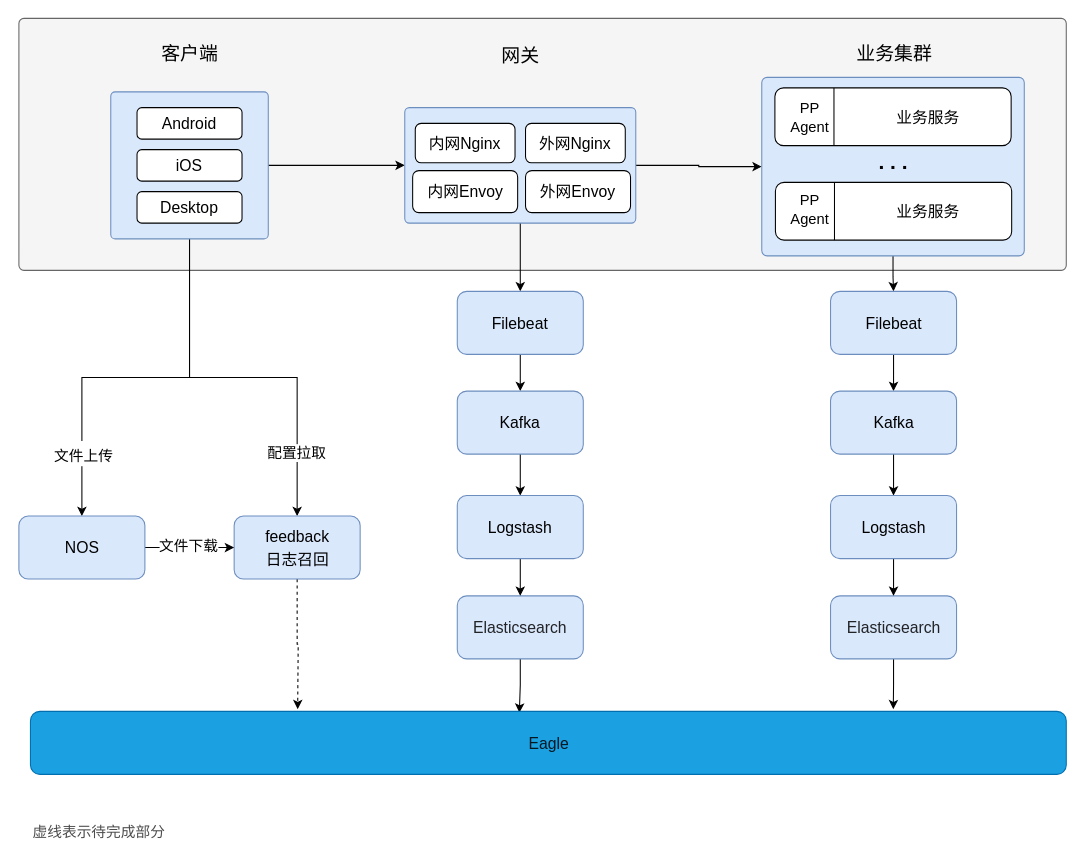
Earlier version of the draw.io diagram page "全链路日志" (3 of 11) of Untitled Diagram.drawio (maxuewen/draw.io). Source tidied: cells renumbered, new cells numbered last; positions are measured from the earlier drawing's top-left corner, leaving out a move shared by most shapes. Both pictures are drawn from the tidied source at 105%, with x=0, y=0 at pixel (18, 18).
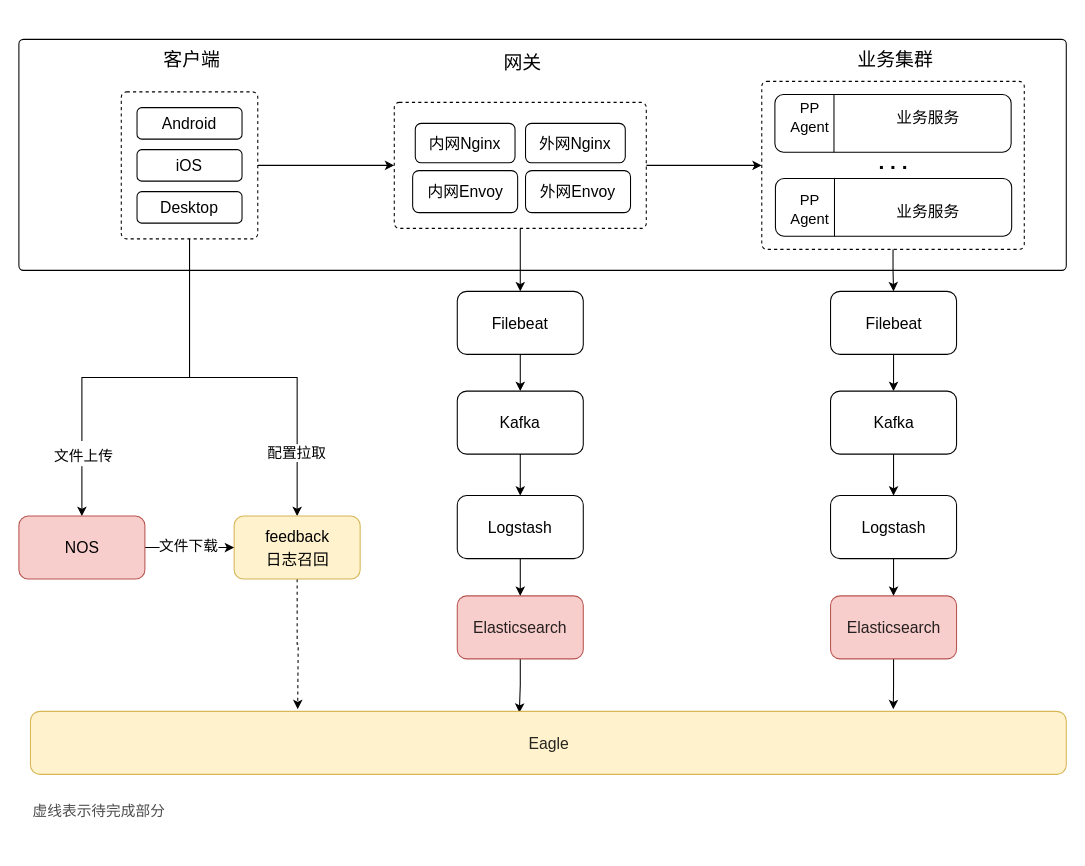
The same diagram, later.

The edit, as a diff of the source:
```diff
@@
-    <mxCell id="2" style="rounded=1;whiteSpace=wrap;html=1;fontSize=15;arcSize=2;fillColor=#f5f5f5;fontColor=#333333;strokeColor=#666666;" parent="1" vertex="1">
-      <mxGeometry x="0.5" width="997.5" height="240" as="geometry" />
+    <mxCell id="2" style="rounded=1;whiteSpace=wrap;html=1;fontSize=15;arcSize=2;" parent="1" vertex="1">
+      <mxGeometry x="0.5" y="20" width="997.5" height="220" as="geometry" />
     </mxCell>
@@
-    <mxCell id="8" style="rounded=1;whiteSpace=wrap;html=1;labelBackgroundColor=none;fontSize=15;arcSize=3;fillColor=#dae8fc;strokeColor=#6c8ebf;" parent="1" vertex="1">
-      <mxGeometry x="88" y="70" width="150" height="140" as="geometry" />
+    <mxCell id="8" style="rounded=1;whiteSpace=wrap;html=1;labelBackgroundColor=none;fontSize=15;arcSize=4;dashed=1;" parent="1" vertex="1">
+      <mxGeometry x="98" y="70" width="130" height="140" as="geometry" />
     </mxCell>
@@
-    <mxCell id="11" style="rounded=1;whiteSpace=wrap;html=1;labelBackgroundColor=none;fontSize=15;arcSize=4;fillColor=#dae8fc;strokeColor=#6c8ebf;" parent="1" vertex="1">
-      <mxGeometry x="368" y="85" width="220" height="110" as="geometry" />
+    <mxCell id="11" style="rounded=1;whiteSpace=wrap;html=1;labelBackgroundColor=none;fontSize=15;arcSize=4;dashed=1;" parent="1" vertex="1">
+      <mxGeometry x="358" y="80" width="240" height="120" as="geometry" />
     </mxCell>
@@
-    <mxCell id="13" style="rounded=1;whiteSpace=wrap;html=1;labelBackgroundColor=none;fontSize=15;arcSize=3;fillColor=#dae8fc;strokeColor=#6c8ebf;" parent="1" vertex="1">
-      <mxGeometry x="708" y="56.2" width="250" height="170" as="geometry" />
+    <mxCell id="13" style="rounded=1;whiteSpace=wrap;html=1;labelBackgroundColor=none;fontSize=15;arcSize=3;dashed=1;" parent="1" vertex="1">
+      <mxGeometry x="708" y="60" width="250" height="160" as="geometry" />
     </mxCell>
@@
     <mxCell id="15" style="rounded=1;whiteSpace=wrap;html=1;" parent="1" vertex="1">
-      <mxGeometry x="720.5" y="66.2" width="225" height="55" as="geometry" />
+      <mxGeometry x="720.5" y="72.5" width="225" height="55" as="geometry" />
     </mxCell>
@@
     <mxCell id="20" value="&lt;font style=&quot;font-size: 18px;&quot;&gt;客户端&lt;/font&gt;" style="text;html=1;align=center;verticalAlign=middle;strokeColor=none;fillColor=none;fontSize=15;fontColor=#000000;" parent="1" vertex="1">
-      <mxGeometry x="123" y="13.8" width="80" height="40" as="geometry" />
+      <mxGeometry x="124.5" y="20" width="80" height="40" as="geometry" />
     </mxCell>
     <mxCell id="21" value="&lt;font style=&quot;font-size: 18px;&quot;&gt;网关&lt;/font&gt;" style="text;html=1;align=center;verticalAlign=middle;strokeColor=none;fillColor=none;fontSize=15;fontColor=#000000;" parent="1" vertex="1">
-      <mxGeometry x="448" y="16.2" width="60" height="40" as="geometry" />
+      <mxGeometry x="449.5" y="22.5" width="60" height="40" as="geometry" />
     </mxCell>
@@
-    <mxCell id="23" value="&lt;font style=&quot;font-size: 15px;&quot;&gt;feedback&lt;br&gt;日志召回&lt;br&gt;&lt;/font&gt;" style="rounded=1;whiteSpace=wrap;html=1;labelBackgroundColor=none;fontSize=18;fillColor=#dae8fc;strokeColor=#6c8ebf;" parent="1" vertex="1">
+    <mxCell id="23" value="&lt;font style=&quot;font-size: 15px;&quot;&gt;feedback&lt;br&gt;日志召回&lt;br&gt;&lt;/font&gt;" style="rounded=1;whiteSpace=wrap;html=1;labelBackgroundColor=none;fontSize=18;fillColor=#fff2cc;strokeColor=#d6b656;" parent="1" vertex="1">
       <mxGeometry x="205.5" y="474" width="120" height="60" as="geometry" />
     </mxCell>
@@
-    <mxCell id="26" value="&lt;font style=&quot;font-size: 15px;&quot;&gt;NOS&lt;/font&gt;" style="rounded=1;whiteSpace=wrap;html=1;labelBackgroundColor=none;fontSize=18;fillColor=#dae8fc;strokeColor=#6c8ebf;" parent="1" vertex="1">
+    <mxCell id="26" value="&lt;font style=&quot;font-size: 15px;&quot;&gt;NOS&lt;/font&gt;" style="rounded=1;whiteSpace=wrap;html=1;labelBackgroundColor=none;fontSize=18;fillColor=#f8cecc;strokeColor=#b85450;" parent="1" vertex="1">
       <mxGeometry x="0.5" y="474" width="120" height="60" as="geometry" />
     </mxCell>
@@
-    <mxCell id="28" value="&lt;font style=&quot;font-size: 15px;&quot;&gt;Filebeat&lt;/font&gt;" style="rounded=1;whiteSpace=wrap;html=1;labelBackgroundColor=none;fontSize=18;fillColor=#dae8fc;strokeColor=#6c8ebf;" parent="1" vertex="1">
+    <mxCell id="28" value="&lt;font style=&quot;font-size: 15px;&quot;&gt;Filebeat&lt;/font&gt;" style="rounded=1;whiteSpace=wrap;html=1;labelBackgroundColor=none;fontSize=18;" parent="1" vertex="1">
       <mxGeometry x="418" y="260" width="120" height="60" as="geometry" />
     </mxCell>
@@
-    <mxCell id="30" value="&lt;font style=&quot;font-size: 15px;&quot;&gt;Kafka&lt;/font&gt;" style="rounded=1;whiteSpace=wrap;html=1;labelBackgroundColor=none;fontSize=18;fillColor=#dae8fc;strokeColor=#6c8ebf;" parent="1" vertex="1">
+    <mxCell id="30" value="&lt;font style=&quot;font-size: 15px;&quot;&gt;Kafka&lt;/font&gt;" style="rounded=1;whiteSpace=wrap;html=1;labelBackgroundColor=none;fontSize=18;" parent="1" vertex="1">
       <mxGeometry x="418" y="355" width="120" height="60" as="geometry" />
     </mxCell>
@@
-    <mxCell id="32" value="&lt;span style=&quot;color: rgba(0, 0, 0, 0.85); font-family: &amp;quot;苹方-简,sans-serif&amp;quot;; text-align: start;&quot;&gt;&lt;font style=&quot;font-size: 15px;&quot;&gt;Elasticsearch&lt;/font&gt;&lt;/span&gt;" style="rounded=1;whiteSpace=wrap;html=1;labelBackgroundColor=none;fontSize=18;verticalAlign=middle;fillColor=#dae8fc;strokeColor=#6c8ebf;" parent="1" vertex="1">
+    <mxCell id="32" value="&lt;span style=&quot;color: rgba(0, 0, 0, 0.85); font-family: &amp;quot;苹方-简,sans-serif&amp;quot;; text-align: start;&quot;&gt;&lt;font style=&quot;font-size: 15px;&quot;&gt;Elasticsearch&lt;/font&gt;&lt;/span&gt;" style="rounded=1;whiteSpace=wrap;html=1;labelBackgroundColor=none;fontSize=18;verticalAlign=middle;fillColor=#f8cecc;strokeColor=#b85450;" parent="1" vertex="1">
       <mxGeometry x="418" y="550" width="120" height="60" as="geometry" />
     </mxCell>
@@
-    <mxCell id="34" value="&lt;font style=&quot;font-size: 15px;&quot;&gt;Logstash&lt;/font&gt;" style="rounded=1;whiteSpace=wrap;html=1;labelBackgroundColor=none;fontSize=18;fillColor=#dae8fc;strokeColor=#6c8ebf;" parent="1" vertex="1">
+    <mxCell id="34" value="&lt;font style=&quot;font-size: 15px;&quot;&gt;Logstash&lt;/font&gt;" style="rounded=1;whiteSpace=wrap;html=1;labelBackgroundColor=none;fontSize=18;" parent="1" vertex="1">
       <mxGeometry x="418" y="454.5" width="120" height="60" as="geometry" />
     </mxCell>
@@
     <mxCell id="40" style="rounded=1;whiteSpace=wrap;html=1;" parent="1" vertex="1">
-      <mxGeometry x="721" y="156.2" width="225" height="55" as="geometry" />
+      <mxGeometry x="721" y="152.5" width="225" height="55" as="geometry" />
     </mxCell>
@@
-    <mxCell id="46" value="&lt;font style=&quot;font-size: 15px;&quot;&gt;Filebeat&lt;/font&gt;" style="rounded=1;whiteSpace=wrap;html=1;labelBackgroundColor=none;fontSize=18;fillColor=#dae8fc;strokeColor=#6c8ebf;" parent="1" vertex="1">
+    <mxCell id="46" value="&lt;font style=&quot;font-size: 15px;&quot;&gt;Filebeat&lt;/font&gt;" style="rounded=1;whiteSpace=wrap;html=1;labelBackgroundColor=none;fontSize=18;" parent="1" vertex="1">
       <mxGeometry x="773.5" y="260" width="120" height="60" as="geometry" />
     </mxCell>
@@
-    <mxCell id="48" value="&lt;font style=&quot;font-size: 15px;&quot;&gt;Kafka&lt;/font&gt;" style="rounded=1;whiteSpace=wrap;html=1;labelBackgroundColor=none;fontSize=18;fillColor=#dae8fc;strokeColor=#6c8ebf;" parent="1" vertex="1">
+    <mxCell id="48" value="&lt;font style=&quot;font-size: 15px;&quot;&gt;Kafka&lt;/font&gt;" style="rounded=1;whiteSpace=wrap;html=1;labelBackgroundColor=none;fontSize=18;" parent="1" vertex="1">
       <mxGeometry x="773.5" y="355" width="120" height="60" as="geometry" />
     </mxCell>
@@
-    <mxCell id="50" value="&lt;span style=&quot;color: rgba(0, 0, 0, 0.85); font-family: &amp;quot;苹方-简,sans-serif&amp;quot;; text-align: start;&quot;&gt;&lt;font style=&quot;font-size: 15px;&quot;&gt;Elasticsearch &lt;/font&gt;&lt;/span&gt;" style="rounded=1;whiteSpace=wrap;html=1;labelBackgroundColor=none;fontSize=18;fillColor=#dae8fc;strokeColor=#6c8ebf;" parent="1" vertex="1">
+    <mxCell id="50" value="&lt;span style=&quot;color: rgba(0, 0, 0, 0.85); font-family: &amp;quot;苹方-简,sans-serif&amp;quot;; text-align: start;&quot;&gt;&lt;font style=&quot;font-size: 15px;&quot;&gt;Elasticsearch &lt;/font&gt;&lt;/span&gt;" style="rounded=1;whiteSpace=wrap;html=1;labelBackgroundColor=none;fontSize=18;fillColor=#f8cecc;strokeColor=#b85450;" parent="1" vertex="1">
       <mxGeometry x="773.5" y="550" width="120" height="60" as="geometry" />
     </mxCell>
@@
-    <mxCell id="52" value="&lt;font style=&quot;font-size: 15px;&quot;&gt;Logstash&lt;/font&gt;" style="rounded=1;whiteSpace=wrap;html=1;labelBackgroundColor=none;fontSize=18;fillColor=#dae8fc;strokeColor=#6c8ebf;" parent="1" vertex="1">
+    <mxCell id="52" value="&lt;font style=&quot;font-size: 15px;&quot;&gt;Logstash&lt;/font&gt;" style="rounded=1;whiteSpace=wrap;html=1;labelBackgroundColor=none;fontSize=18;" parent="1" vertex="1">
       <mxGeometry x="773.5" y="454.5" width="120" height="60" as="geometry" />
     </mxCell>
-    <mxCell id="53" value="&lt;span style=&quot;color: rgba(0, 0, 0, 0.85); font-family: &amp;quot;苹方-简,sans-serif&amp;quot;; text-align: start;&quot;&gt;&lt;font style=&quot;font-size: 15px;&quot;&gt;Eagle&lt;/font&gt;&lt;/span&gt;" style="rounded=1;whiteSpace=wrap;html=1;labelBackgroundColor=none;fontSize=18;verticalAlign=middle;fillColor=#1ba1e2;strokeColor=#006EAF;fontColor=#ffffff;" parent="1" vertex="1">
+    <mxCell id="53" value="&lt;span style=&quot;color: rgba(0, 0, 0, 0.85); font-family: &amp;quot;苹方-简,sans-serif&amp;quot;; text-align: start;&quot;&gt;&lt;font style=&quot;font-size: 15px;&quot;&gt;Eagle&lt;/font&gt;&lt;/span&gt;" style="rounded=1;whiteSpace=wrap;html=1;labelBackgroundColor=none;fontSize=18;verticalAlign=middle;fillColor=#fff2cc;strokeColor=#d6b656;" parent="1" vertex="1">
       <mxGeometry x="11.5" y="660" width="986.5" height="60" as="geometry" />
     </mxCell>
     <mxCell id="54" value="&lt;font color=&quot;#4d4d4d&quot; style=&quot;font-size: 14px;&quot;&gt;虚线表示待完成部分&lt;/font&gt;" style="text;html=1;align=left;verticalAlign=middle;strokeColor=none;fillColor=none;fontSize=14;fontColor=#000000;" parent="1" vertex="1">
-      <mxGeometry x="11.5" y="760" width="150" height="30" as="geometry" />
+      <mxGeometry x="11.5" y="740" width="150" height="30" as="geometry" />
     </mxCell>
     <mxCell id="55" value="&lt;font style=&quot;font-size: 18px;&quot;&gt;业务集群&lt;/font&gt;" style="text;html=1;align=center;verticalAlign=middle;strokeColor=none;fillColor=none;fontSize=15;fontColor=#000000;" parent="1" vertex="1">
-      <mxGeometry x="783.5" y="13.8" width="100" height="40" as="geometry" />
+      <mxGeometry x="785" y="20" width="100" height="40" as="geometry" />
     </mxCell>
```
